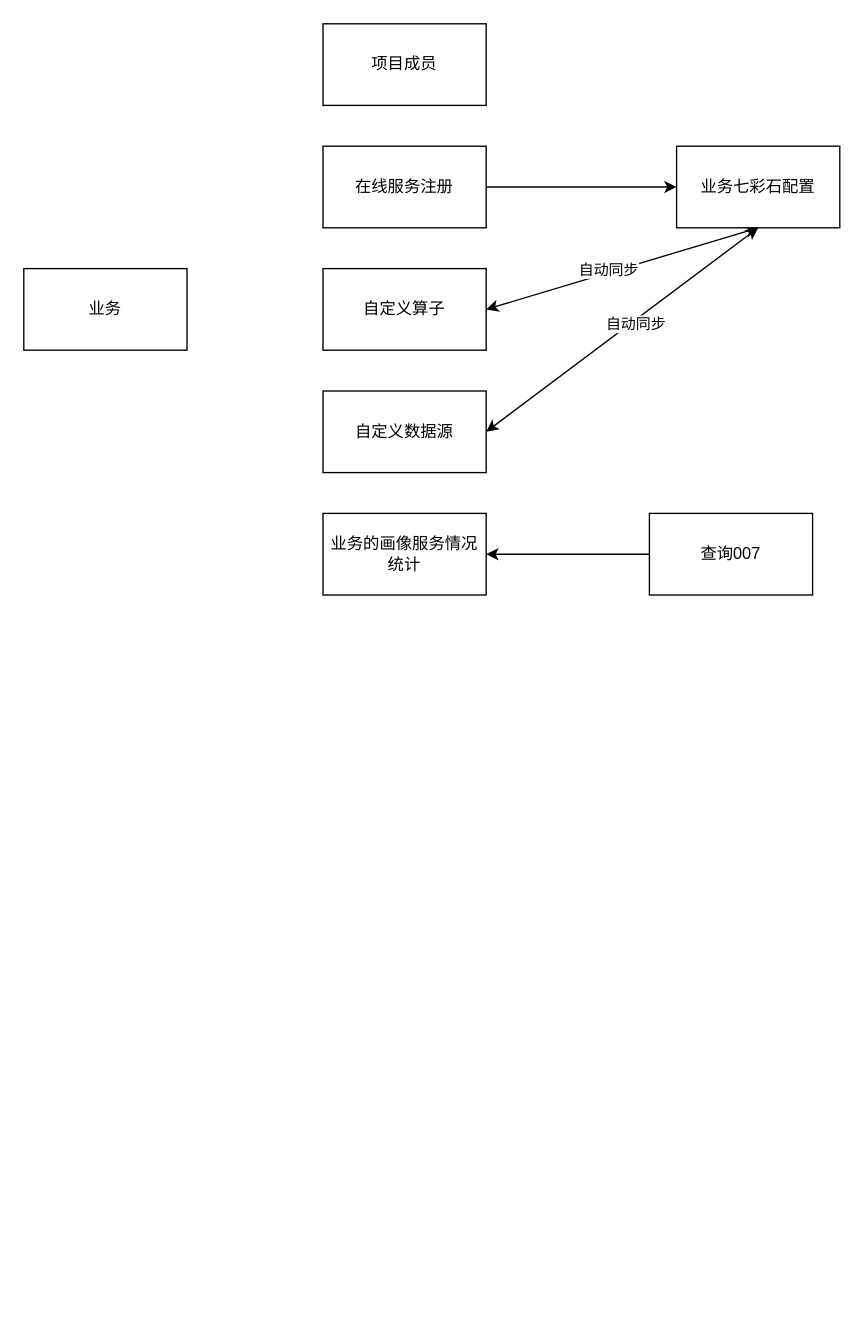
Earlier version of the draw.io diagram page "Page-8" (8 of 9) of 未命名绘图.drawio (nullbull/uml). Source tidied: cells renumbered, new cells numbered last; positions are measured from the earlier drawing's top-left corner, leaving out a move shared by most shapes. Both pictures are drawn from the tidied source at 136%, with x=0, y=0 at pixel (23, 23).
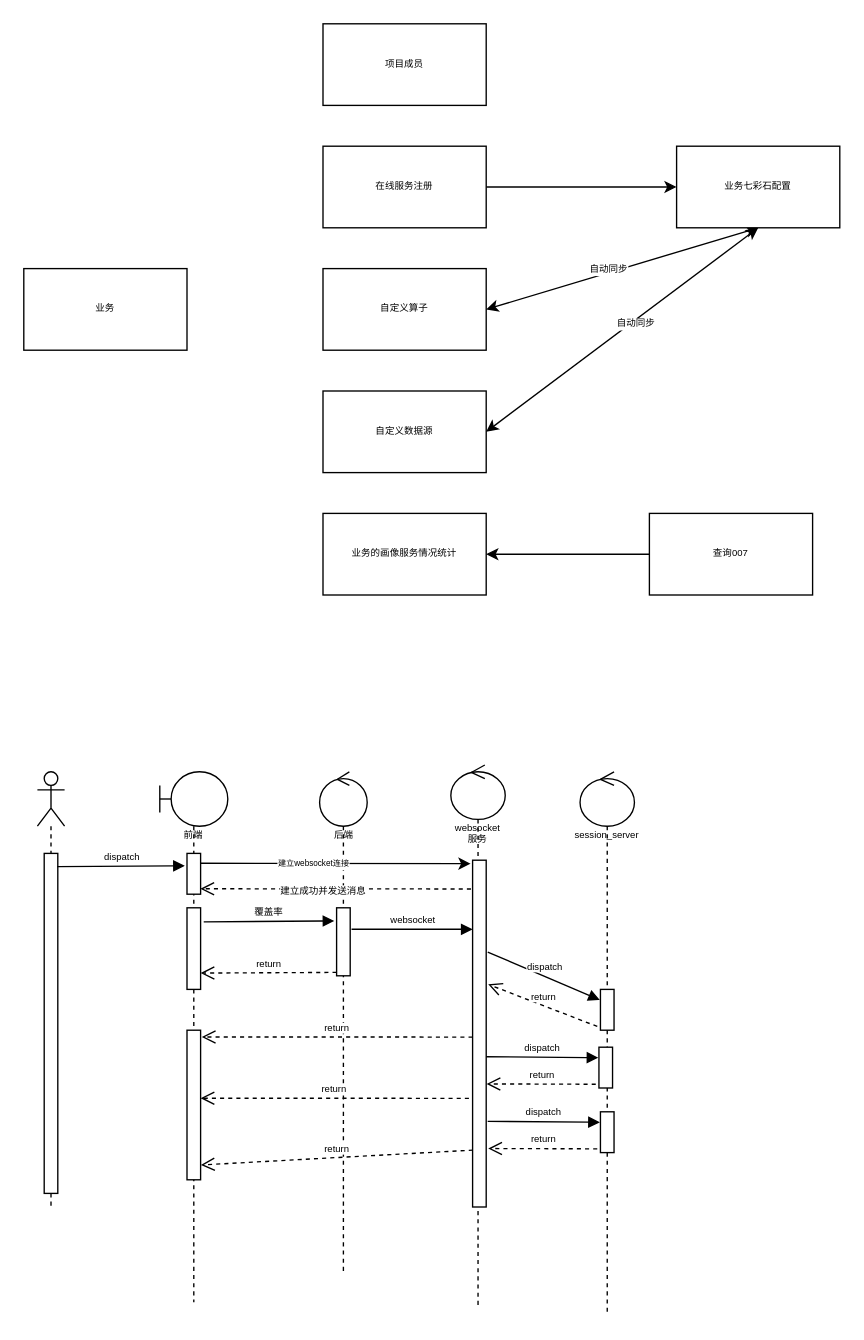
The same diagram, later.

Commit message:
Update 未命名绘图.drawio

The edit, as a diff of the source:
```diff
@@
-    <mxCell id="2" value="业务" style="rounded=0;whiteSpace=wrap;html=1;" parent="1" vertex="1">
+    <mxCell id="2" value="业务" style="rounded=0;whiteSpace=wrap;html=1;fontSize=7;" parent="1" vertex="1">
       <mxGeometry y="180" width="120" height="60" as="geometry" />
     </mxCell>
-    <mxCell id="3" value="项目成员" style="rounded=0;whiteSpace=wrap;html=1;" parent="1" vertex="1">
+    <mxCell id="3" value="项目成员" style="rounded=0;whiteSpace=wrap;html=1;fontSize=7;" parent="1" vertex="1">
       <mxGeometry x="220" width="120" height="60" as="geometry" />
     </mxCell>
-    <mxCell id="4" style="edgeStyle=none;rounded=0;jettySize=auto;html=1;" parent="1" edge="1" source="5" target="13">
+    <mxCell id="4" style="edgeStyle=none;rounded=0;jettySize=auto;html=1;fontSize=7;" parent="1" edge="1" source="5" target="13">
       <mxGeometry relative="1" as="geometry" />
     </mxCell>
-    <mxCell id="5" value="在线服务注册" style="rounded=0;whiteSpace=wrap;html=1;" parent="1" vertex="1">
+    <mxCell id="5" value="在线服务注册" style="rounded=0;whiteSpace=wrap;html=1;fontSize=7;" parent="1" vertex="1">
       <mxGeometry x="220" y="90" width="120" height="60" as="geometry" />
     </mxCell>
-    <mxCell id="6" value="自定义算子" style="rounded=0;whiteSpace=wrap;html=1;" parent="1" vertex="1">
+    <mxCell id="6" value="自定义算子" style="rounded=0;whiteSpace=wrap;html=1;fontSize=7;" parent="1" vertex="1">
       <mxGeometry x="220" y="180" width="120" height="60" as="geometry" />
     </mxCell>
-    <mxCell id="7" value="自定义数据源" style="rounded=0;whiteSpace=wrap;html=1;" parent="1" vertex="1">
+    <mxCell id="7" value="自定义数据源" style="rounded=0;whiteSpace=wrap;html=1;fontSize=7;" parent="1" vertex="1">
       <mxGeometry x="220" y="270" width="120" height="60" as="geometry" />
     </mxCell>
-    <mxCell id="8" value="业务的画像服务情况统计" style="rounded=0;whiteSpace=wrap;html=1;" parent="1" vertex="1">
+    <mxCell id="8" value="业务的画像服务情况统计" style="rounded=0;whiteSpace=wrap;html=1;fontSize=7;" parent="1" vertex="1">
       <mxGeometry x="220" y="360" width="120" height="60" as="geometry" />
     </mxCell>
-    <mxCell id="9" style="rounded=0;jettySize=auto;html=1;entryX=1;entryY=0.5;entryDx=0;entryDy=0;exitX=0.5;exitY=1;exitDx=0;exitDy=0;startArrow=classic;startFill=1;" parent="1" edge="1" source="13" target="6">
+    <mxCell id="9" style="rounded=0;jettySize=auto;html=1;entryX=1;entryY=0.5;entryDx=0;entryDy=0;exitX=0.5;exitY=1;exitDx=0;exitDy=0;startArrow=classic;startFill=1;fontSize=7;" parent="1" edge="1" source="13" target="6">
       <mxGeometry relative="1" as="geometry" />
     </mxCell>
-    <mxCell id="10" value="自动同步" style="edgeLabel;html=1;align=center;verticalAlign=middle;" parent="9" vertex="1">
+    <mxCell id="10" value="自动同步" style="edgeLabel;html=1;align=center;verticalAlign=middle;fontSize=7;" parent="9" vertex="1">
       <mxGeometry x="0.28" y="3" relative="1" as="geometry">
         <mxPoint x="17" y="-11" as="offset" />
       </mxGeometry>
     </mxCell>
-    <mxCell id="11" style="edgeStyle=none;rounded=0;jettySize=auto;html=1;exitX=0.5;exitY=1;exitDx=0;exitDy=0;entryX=1;entryY=0.5;entryDx=0;entryDy=0;startArrow=classic;startFill=1;" parent="1" edge="1" source="13" target="7">
+    <mxCell id="11" style="edgeStyle=none;rounded=0;jettySize=auto;html=1;exitX=0.5;exitY=1;exitDx=0;exitDy=0;entryX=1;entryY=0.5;entryDx=0;entryDy=0;startArrow=classic;startFill=1;fontSize=7;" parent="1" edge="1" source="13" target="7">
       <mxGeometry relative="1" as="geometry" />
     </mxCell>
-    <mxCell id="12" value="自动同步" style="edgeLabel;html=1;align=center;verticalAlign=middle;" parent="11" vertex="1">
+    <mxCell id="12" value="自动同步" style="edgeLabel;html=1;align=center;verticalAlign=middle;fontSize=7;" parent="11" vertex="1">
       <mxGeometry x="0.07" y="3" relative="1" as="geometry">
         <mxPoint x="15" y="-12" as="offset" />
       </mxGeometry>
     </mxCell>
-    <mxCell id="13" value="业务七彩石配置" style="rounded=0;whiteSpace=wrap;html=1;" parent="1" vertex="1">
+    <mxCell id="13" value="业务七彩石配置" style="rounded=0;whiteSpace=wrap;html=1;fontSize=7;" parent="1" vertex="1">
       <mxGeometry x="480" y="90" width="120" height="60" as="geometry" />
     </mxCell>
-    <mxCell id="14" style="edgeStyle=none;rounded=0;jettySize=auto;html=1;entryX=1;entryY=0.5;entryDx=0;entryDy=0;" parent="1" edge="1" source="15" target="8">
+    <mxCell id="14" style="edgeStyle=none;rounded=0;jettySize=auto;html=1;entryX=1;entryY=0.5;entryDx=0;entryDy=0;fontSize=7;" parent="1" edge="1" source="15" target="8">
       <mxGeometry relative="1" as="geometry" />
     </mxCell>
-    <mxCell id="15" value="查询007" style="rounded=0;whiteSpace=wrap;html=1;" parent="1" vertex="1">
+    <mxCell id="15" value="查询007" style="rounded=0;whiteSpace=wrap;html=1;fontSize=7;" parent="1" vertex="1">
       <mxGeometry x="460" y="360" width="120" height="60" as="geometry" />
     </mxCell>
+    <mxCell id="16" style="shape=umlLifeline;participant=umlActor;perimeter=lifelinePerimeter;whiteSpace=wrap;html=1;verticalAlign=top;spacingTop=36;fontSize=7;" parent="1" vertex="1">
+      <mxGeometry x="10" y="550" width="20" height="320" as="geometry" />
+    </mxCell>
+    <mxCell id="17" style="html=1;points=[];perimeter=orthogonalPerimeter;fontSize=7;" parent="16" vertex="1">
+      <mxGeometry x="5" y="60" width="10" height="250" as="geometry" />
+    </mxCell>
+    <mxCell id="18" value="前端" style="shape=umlLifeline;participant=umlBoundary;perimeter=lifelinePerimeter;whiteSpace=wrap;html=1;verticalAlign=top;spacingTop=36;fontSize=7;" parent="1" vertex="1">
+      <mxGeometry x="100" y="550" width="50" height="390" as="geometry" />
+    </mxCell>
+    <mxCell id="19" style="html=1;points=[];perimeter=orthogonalPerimeter;fontSize=7;" parent="18" vertex="1">
+      <mxGeometry x="20" y="60" width="10" height="30" as="geometry" />
+    </mxCell>
+    <mxCell id="20" style="html=1;perimeter=orthogonalPerimeter;fontSize=7;" parent="18" vertex="1">
+      <mxGeometry x="20" y="100" width="10" height="60" as="geometry" />
+    </mxCell>
+    <mxCell id="21" style="html=1;perimeter=orthogonalPerimeter;fontSize=7;" parent="18" vertex="1">
+      <mxGeometry x="20" y="190" width="10" height="110" as="geometry" />
+    </mxCell>
+    <mxCell id="22" value="后端" style="shape=umlLifeline;participant=umlControl;perimeter=lifelinePerimeter;whiteSpace=wrap;html=1;verticalAlign=top;spacingTop=36;fontSize=7;" parent="1" vertex="1">
+      <mxGeometry x="217.5" y="550" width="35" height="370" as="geometry" />
+    </mxCell>
+    <mxCell id="23" style="html=1;points=[];perimeter=orthogonalPerimeter;fontSize=7;" parent="22" vertex="1">
+      <mxGeometry x="12.5" y="100" width="10" height="50" as="geometry" />
+    </mxCell>
+    <mxCell id="24" value="dispatch" style="html=1;verticalAlign=bottom;endArrow=block;entryX=-0.163;entryY=0.304;rounded=0;exitX=0.962;exitY=0.039;exitDx=0;exitDy=0;exitPerimeter=0;entryDx=0;entryDy=0;entryPerimeter=0;fontSize=7;" parent="1" edge="1" source="17" target="19">
+      <mxGeometry relative="1" as="geometry" />
+    </mxCell>
+    <mxCell id="25" value="websocket服务&lt;br style=&quot;font-size: 7px;&quot;&gt;" style="shape=umlLifeline;participant=umlControl;perimeter=lifelinePerimeter;whiteSpace=wrap;html=1;verticalAlign=top;spacingTop=36;fontSize=7;" parent="1" vertex="1">
+      <mxGeometry x="314" y="545" width="40" height="400" as="geometry" />
+    </mxCell>
+    <mxCell id="26" style="html=1;points=[];perimeter=orthogonalPerimeter;fontSize=7;" parent="25" vertex="1">
+      <mxGeometry x="16" y="70" width="10" height="255" as="geometry" />
+    </mxCell>
+    <mxCell id="27" value="覆盖率" style="html=1;verticalAlign=bottom;endArrow=block;rounded=0;exitX=1.233;exitY=0.097;exitDx=0;exitDy=0;exitPerimeter=0;entryX=-0.167;entryY=0.193;entryDx=0;entryDy=0;entryPerimeter=0;fontSize=7;" parent="1" edge="1" target="23">
+      <mxGeometry relative="1" as="geometry">
+        <mxPoint x="132.3" y="660.4" as="sourcePoint" />
+      </mxGeometry>
+    </mxCell>
+    <mxCell id="28" value="websocket" style="html=1;verticalAlign=bottom;endArrow=block;rounded=0;exitX=1.1;exitY=0.316;exitDx=0;exitDy=0;exitPerimeter=0;fontSize=7;" parent="1" edge="1" source="23" target="26">
+      <mxGeometry relative="1" as="geometry" />
+    </mxCell>
+    <mxCell id="29" value="return" style="html=1;verticalAlign=bottom;endArrow=open;dashed=1;endSize=8;exitX=0;exitY=0.95;rounded=0;fontSize=7;" parent="1" edge="1" source="23">
+      <mxGeometry relative="1" as="geometry">
+        <mxPoint x="130" y="698" as="targetPoint" />
+      </mxGeometry>
+    </mxCell>
+    <mxCell id="30" value="return" style="html=1;verticalAlign=bottom;endArrow=open;dashed=1;endSize=8;exitX=0;exitY=0.51;rounded=0;entryX=1.091;entryY=0.5;entryDx=0;entryDy=0;entryPerimeter=0;exitDx=0;exitDy=0;exitPerimeter=0;fontSize=7;" parent="1" edge="1" source="26">
+      <mxGeometry relative="1" as="geometry">
+        <mxPoint x="130.9" y="745" as="targetPoint" />
+      </mxGeometry>
+    </mxCell>
+    <mxCell id="31" value="return" style="html=1;verticalAlign=bottom;endArrow=open;dashed=1;endSize=8;exitX=-0.067;exitY=0.425;rounded=0;entryX=1.1;entryY=0.646;entryDx=0;entryDy=0;entryPerimeter=0;exitDx=0;exitDy=0;exitPerimeter=0;fontSize=7;" parent="1" edge="1">
+      <mxGeometry relative="1" as="geometry">
+        <mxPoint x="327.3" y="790.1" as="sourcePoint" />
+        <mxPoint x="130" y="790" as="targetPoint" />
+      </mxGeometry>
+    </mxCell>
+    <mxCell id="32" value="return" style="html=1;verticalAlign=bottom;endArrow=open;dashed=1;endSize=8;exitX=0.018;exitY=0.836;rounded=0;entryX=1.018;entryY=0.948;entryDx=0;entryDy=0;entryPerimeter=0;exitDx=0;exitDy=0;exitPerimeter=0;fontSize=7;" parent="1" edge="1" source="26">
+      <mxGeometry relative="1" as="geometry">
+        <mxPoint x="130.2" y="839.1" as="targetPoint" />
+      </mxGeometry>
+    </mxCell>
+    <mxCell id="33" value="session_server&lt;br style=&quot;font-size: 7px;&quot;&gt;" style="shape=umlLifeline;participant=umlControl;perimeter=lifelinePerimeter;whiteSpace=wrap;html=1;verticalAlign=top;spacingTop=36;fontSize=7;" parent="1" vertex="1">
+      <mxGeometry x="409" y="550" width="40" height="400" as="geometry" />
+    </mxCell>
+    <mxCell id="34" style="html=1;points=[];perimeter=orthogonalPerimeter;fontSize=7;" parent="33" vertex="1">
+      <mxGeometry x="15" y="160" width="10" height="30" as="geometry" />
+    </mxCell>
+    <mxCell id="35" style="html=1;points=[];perimeter=orthogonalPerimeter;fontSize=7;" parent="33" vertex="1">
+      <mxGeometry x="13.9" y="202.5" width="10" height="30" as="geometry" />
+    </mxCell>
+    <mxCell id="36" value="dispatch" style="html=1;verticalAlign=bottom;endArrow=block;rounded=0;exitX=1.114;exitY=0.265;exitDx=0;exitDy=0;exitPerimeter=0;entryX=-0.045;entryY=0.257;entryDx=0;entryDy=0;entryPerimeter=0;fontSize=7;" parent="33" edge="1" target="35">
+      <mxGeometry relative="1" as="geometry">
+        <mxPoint x="-69" y="209.5" as="sourcePoint" />
+      </mxGeometry>
+    </mxCell>
+    <mxCell id="37" value="return" style="html=1;verticalAlign=bottom;endArrow=open;dashed=1;endSize=8;exitX=-0.233;exitY=0.908;rounded=0;exitDx=0;exitDy=0;exitPerimeter=0;entryX=1.149;entryY=0.358;entryDx=0;entryDy=0;entryPerimeter=0;fontSize=7;" parent="33" edge="1" source="35">
+      <mxGeometry relative="1" as="geometry">
+        <mxPoint x="-68.7" y="229.5" as="targetPoint" />
+      </mxGeometry>
+    </mxCell>
+    <mxCell id="38" style="html=1;points=[];perimeter=orthogonalPerimeter;fontSize=7;" parent="33" vertex="1">
+      <mxGeometry x="15" y="250" width="10" height="30" as="geometry" />
+    </mxCell>
+    <mxCell id="39" value="dispatch" style="html=1;verticalAlign=bottom;endArrow=block;rounded=0;exitX=1.114;exitY=0.265;exitDx=0;exitDy=0;exitPerimeter=0;entryX=-0.045;entryY=0.257;entryDx=0;entryDy=0;entryPerimeter=0;fontSize=7;" parent="33" edge="1" target="38">
+      <mxGeometry relative="1" as="geometry">
+        <mxPoint x="-67.9" y="257" as="sourcePoint" />
+      </mxGeometry>
+    </mxCell>
+    <mxCell id="40" value="return" style="html=1;verticalAlign=bottom;endArrow=open;dashed=1;endSize=8;exitX=-0.233;exitY=0.908;rounded=0;exitDx=0;exitDy=0;exitPerimeter=0;entryX=1.149;entryY=0.358;entryDx=0;entryDy=0;entryPerimeter=0;fontSize=7;" parent="33" edge="1" source="38">
+      <mxGeometry relative="1" as="geometry">
+        <mxPoint x="-67.5" y="277" as="targetPoint" />
+      </mxGeometry>
+    </mxCell>
+    <mxCell id="41" value="dispatch" style="html=1;verticalAlign=bottom;endArrow=block;rounded=0;exitX=1.114;exitY=0.265;exitDx=0;exitDy=0;exitPerimeter=0;entryX=-0.045;entryY=0.257;entryDx=0;entryDy=0;entryPerimeter=0;fontSize=7;" parent="1" edge="1" source="26" target="34">
+      <mxGeometry relative="1" as="geometry" />
+    </mxCell>
+    <mxCell id="42" value="return" style="html=1;verticalAlign=bottom;endArrow=open;dashed=1;endSize=8;exitX=-0.233;exitY=0.908;rounded=0;exitDx=0;exitDy=0;exitPerimeter=0;entryX=1.149;entryY=0.358;entryDx=0;entryDy=0;entryPerimeter=0;fontSize=7;" parent="1" edge="1" source="34" target="26">
+      <mxGeometry relative="1" as="geometry" />
+    </mxCell>
+    <mxCell id="43" style="rounded=0;jettySize=auto;html=1;entryX=-0.147;entryY=0.01;entryDx=0;entryDy=0;entryPerimeter=0;exitX=1.025;exitY=0.242;exitDx=0;exitDy=0;exitPerimeter=0;fontSize=7;" parent="1" edge="1" source="19" target="26">
+      <mxGeometry relative="1" as="geometry" />
+    </mxCell>
+    <mxCell id="44" value="&lt;font style=&quot;font-size: 6px&quot;&gt;建立websocket连接&lt;/font&gt;" style="edgeLabel;html=1;align=center;verticalAlign=middle;fontSize=7;" parent="43" vertex="1">
+      <mxGeometry x="-0.17" relative="1" as="geometry" />
+    </mxCell>
+    <mxCell id="45" style="html=1;verticalAlign=bottom;endArrow=open;dashed=1;endSize=8;rounded=0;exitX=-0.121;exitY=0.083;exitDx=0;exitDy=0;exitPerimeter=0;entryX=0.984;entryY=0.867;entryDx=0;entryDy=0;entryPerimeter=0;fontSize=7;" parent="1" edge="1" source="26" target="19">
+      <mxGeometry relative="1" as="geometry" />
+    </mxCell>
+    <mxCell id="46" value="建立成功并发送消息" style="edgeLabel;html=1;align=center;verticalAlign=middle;fontSize=7;" parent="45" vertex="1">
+      <mxGeometry x="0.46" y="1" relative="1" as="geometry">
+        <mxPoint x="36" as="offset" />
+      </mxGeometry>
+    </mxCell>
```
